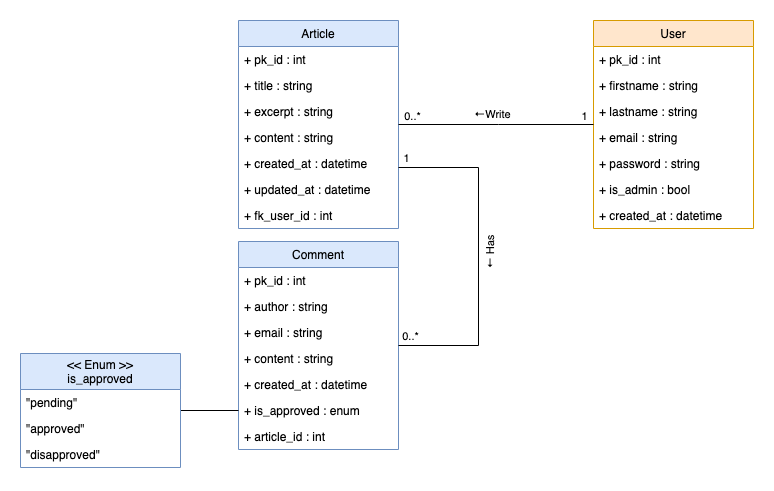
Before: diagrammes-uml/2-classes/diagramme_de_classes.png, a diagram exported from draw.io (teddylelong/openclassrooms-p5). Source tidied: cells renumbered, new cells last; positions are measured from the earlier drawing's top-left corner, leaving out a move shared by most shapes. Its diagram source:
```xml
<mxGraphModel>
  <root>
    <mxCell id="0" />
    <mxCell id="1" parent="0" />
    <mxCell id="2" value="Article" style="swimlane;fontStyle=0;horizontal=1;startSize=26;fillColor=#dae8fc;strokeColor=#6c8ebf;" parent="1" vertex="1">
      <mxGeometry x="218" width="160" height="208" as="geometry" />
    </mxCell>
    <mxCell id="3" value="+ pk_id : int" style="text;strokeColor=none;fillColor=none;align=left;verticalAlign=top;spacingLeft=4;spacingRight=4;overflow=hidden;" parent="2" vertex="1">
      <mxGeometry y="26" width="160" height="26" as="geometry" />
    </mxCell>
    <mxCell id="4" value="+ title : string" style="text;strokeColor=none;fillColor=none;align=left;verticalAlign=top;spacingLeft=4;spacingRight=4;overflow=hidden;" parent="2" vertex="1">
      <mxGeometry y="52" width="160" height="26" as="geometry" />
    </mxCell>
    <mxCell id="5" value="+ excerpt : string" style="text;strokeColor=none;fillColor=none;align=left;verticalAlign=top;spacingLeft=4;spacingRight=4;overflow=hidden;" parent="2" vertex="1">
      <mxGeometry y="78" width="160" height="26" as="geometry" />
    </mxCell>
    <mxCell id="6" value="+ content : string" style="text;strokeColor=none;fillColor=none;align=left;verticalAlign=top;spacingLeft=4;spacingRight=4;overflow=hidden;" parent="2" vertex="1">
      <mxGeometry y="104" width="160" height="26" as="geometry" />
    </mxCell>
    <mxCell id="7" value="+ created_at : datetime" style="text;strokeColor=none;fillColor=none;align=left;verticalAlign=top;spacingLeft=4;spacingRight=4;overflow=hidden;" parent="2" vertex="1">
      <mxGeometry y="130" width="160" height="26" as="geometry" />
    </mxCell>
    <mxCell id="8" value="+ updated_at : datetime" style="text;strokeColor=none;fillColor=none;align=left;verticalAlign=top;spacingLeft=4;spacingRight=4;overflow=hidden;" parent="2" vertex="1">
      <mxGeometry y="156" width="160" height="26" as="geometry" />
    </mxCell>
    <mxCell id="9" value="+ fk_user_id : int" style="text;strokeColor=none;fillColor=none;align=left;verticalAlign=top;spacingLeft=4;spacingRight=4;overflow=hidden;" parent="2" vertex="1">
      <mxGeometry y="182" width="160" height="26" as="geometry" />
    </mxCell>
    <mxCell id="10" value="Comment" style="swimlane;fontStyle=0;horizontal=1;startSize=26;fillColor=#dae8fc;strokeColor=#6c8ebf;" parent="1" vertex="1">
      <mxGeometry x="218" y="221" width="160" height="208" as="geometry" />
    </mxCell>
    <mxCell id="11" value="+ pk_id : int" style="text;strokeColor=none;fillColor=none;align=left;verticalAlign=top;spacingLeft=4;spacingRight=4;overflow=hidden;" parent="10" vertex="1">
      <mxGeometry y="26" width="160" height="26" as="geometry" />
    </mxCell>
    <mxCell id="12" value="+ author : string" style="text;strokeColor=none;fillColor=none;align=left;verticalAlign=top;spacingLeft=4;spacingRight=4;overflow=hidden;" parent="10" vertex="1">
      <mxGeometry y="52" width="160" height="26" as="geometry" />
    </mxCell>
    <mxCell id="13" value="+ email : string" style="text;strokeColor=none;fillColor=none;align=left;verticalAlign=top;spacingLeft=4;spacingRight=4;overflow=hidden;" parent="10" vertex="1">
      <mxGeometry y="78" width="160" height="26" as="geometry" />
    </mxCell>
    <mxCell id="14" value="+ content : string" style="text;strokeColor=none;fillColor=none;align=left;verticalAlign=top;spacingLeft=4;spacingRight=4;overflow=hidden;" parent="10" vertex="1">
      <mxGeometry y="104" width="160" height="26" as="geometry" />
    </mxCell>
    <mxCell id="15" value="+ created_at : datetime" style="text;strokeColor=none;fillColor=none;align=left;verticalAlign=top;spacingLeft=4;spacingRight=4;overflow=hidden;" parent="10" vertex="1">
      <mxGeometry y="130" width="160" height="26" as="geometry" />
    </mxCell>
    <mxCell id="16" value="+ is_approved : enum" style="text;strokeColor=none;fillColor=none;align=left;verticalAlign=top;spacingLeft=4;spacingRight=4;overflow=hidden;points=[[0,0.5],[1,0.5]];portConstraint=eastwest;" parent="10" vertex="1">
      <mxGeometry y="156" width="160" height="26" as="geometry" />
    </mxCell>
    <mxCell id="17" value="+ article_id : int" style="text;strokeColor=none;fillColor=none;align=left;verticalAlign=top;spacingLeft=4;spacingRight=4;overflow=hidden;" parent="10" vertex="1">
      <mxGeometry y="182" width="160" height="26" as="geometry" />
    </mxCell>
    <mxCell id="18" value="User" style="swimlane;fontStyle=0;horizontal=1;startSize=26;fillColor=#ffe6cc;strokeColor=#d79b00;" parent="1" vertex="1">
      <mxGeometry x="573" width="160" height="208" as="geometry" />
    </mxCell>
    <mxCell id="19" value="+ pk_id : int" style="text;strokeColor=none;fillColor=none;align=left;verticalAlign=top;spacingLeft=4;spacingRight=4;overflow=hidden;" parent="18" vertex="1">
      <mxGeometry y="26" width="160" height="26" as="geometry" />
    </mxCell>
    <mxCell id="20" value="+ firstname : string" style="text;strokeColor=none;fillColor=none;align=left;verticalAlign=top;spacingLeft=4;spacingRight=4;overflow=hidden;" parent="18" vertex="1">
      <mxGeometry y="52" width="160" height="26" as="geometry" />
    </mxCell>
    <mxCell id="21" value="+ lastname : string" style="text;strokeColor=none;fillColor=none;align=left;verticalAlign=top;spacingLeft=4;spacingRight=4;overflow=hidden;" parent="18" vertex="1">
      <mxGeometry y="78" width="160" height="26" as="geometry" />
    </mxCell>
    <mxCell id="22" value="+ email : string" style="text;strokeColor=none;fillColor=none;align=left;verticalAlign=top;spacingLeft=4;spacingRight=4;overflow=hidden;points=[[0,0.5],[1,0.5]];portConstraint=eastwest;" parent="18" vertex="1">
      <mxGeometry y="104" width="160" height="26" as="geometry" />
    </mxCell>
    <mxCell id="23" value="+ password : string" style="text;strokeColor=none;fillColor=none;align=left;verticalAlign=top;spacingLeft=4;spacingRight=4;overflow=hidden;" parent="18" vertex="1">
      <mxGeometry y="130" width="160" height="26" as="geometry" />
    </mxCell>
    <mxCell id="24" value="+ is_admin : bool" style="text;strokeColor=none;fillColor=none;align=left;verticalAlign=top;spacingLeft=4;spacingRight=4;overflow=hidden;" parent="18" vertex="1">
      <mxGeometry y="156" width="160" height="26" as="geometry" />
    </mxCell>
    <mxCell id="25" value="+ created_at : datetime" style="text;strokeColor=none;fillColor=none;align=left;verticalAlign=top;spacingLeft=4;spacingRight=4;overflow=hidden;" parent="18" vertex="1">
      <mxGeometry y="182" width="160" height="26" as="geometry" />
    </mxCell>
    <mxCell id="26" style="edgeStyle=orthogonalEdgeStyle;rounded=0;jettySize=auto;html=1;endArrow=none;endFill=0;" parent="1" edge="1" source="18" target="2">
      <mxGeometry relative="1" as="geometry">
        <Array as="points">
          <mxPoint x="478" y="104" />
          <mxPoint x="478" y="104" />
        </Array>
      </mxGeometry>
    </mxCell>
    <mxCell id="27" value="←Write" style="edgeLabel;html=1;align=center;verticalAlign=middle;" parent="26" vertex="1">
      <mxGeometry x="0.04" relative="1" as="geometry">
        <mxPoint y="-11" as="offset" />
      </mxGeometry>
    </mxCell>
    <mxCell id="28" value="1" style="edgeLabel;html=1;align=center;verticalAlign=middle;" parent="26" vertex="1">
      <mxGeometry x="-0.61" relative="1" as="geometry">
        <mxPoint x="28" y="-9" as="offset" />
      </mxGeometry>
    </mxCell>
    <mxCell id="29" value="0..*" style="edgeLabel;html=1;align=center;verticalAlign=middle;" parent="26" vertex="1">
      <mxGeometry x="0.62" y="1" relative="1" as="geometry">
        <mxPoint x="-24" y="-10" as="offset" />
      </mxGeometry>
    </mxCell>
    <mxCell id="30" style="edgeStyle=orthogonalEdgeStyle;rounded=0;jettySize=auto;html=1;endArrow=none;endFill=0;" parent="1" edge="1" source="2" target="10">
      <mxGeometry relative="1" as="geometry">
        <Array as="points">
          <mxPoint x="458" y="147" />
          <mxPoint x="458" y="325" />
        </Array>
      </mxGeometry>
    </mxCell>
    <mxCell id="31" value="← Has" style="edgeLabel;html=1;align=center;verticalAlign=middle;horizontal=0;" parent="30" vertex="1">
      <mxGeometry x="-0.54" y="3" relative="1" as="geometry">
        <mxPoint x="13" y="89" as="offset" />
      </mxGeometry>
    </mxCell>
    <mxCell id="32" value="0..*" style="edgeLabel;html=1;align=center;verticalAlign=middle;" parent="30" vertex="1">
      <mxGeometry x="0.67" y="1" relative="1" as="geometry">
        <mxPoint x="-45" y="-11" as="offset" />
      </mxGeometry>
    </mxCell>
    <mxCell id="33" value="1" style="edgeLabel;html=1;align=center;verticalAlign=middle;" parent="30" vertex="1">
      <mxGeometry x="-0.85" relative="1" as="geometry">
        <mxPoint x="-18" y="-10" as="offset" />
      </mxGeometry>
    </mxCell>
    <mxCell id="34" style="edgeStyle=orthogonalEdgeStyle;rounded=0;jettySize=auto;html=1;fontSize=11;endArrow=none;endFill=0;" parent="1" edge="1" source="35" target="16">
      <mxGeometry relative="1" as="geometry">
        <Array as="points">
          <mxPoint x="159" y="390" />
          <mxPoint x="159" y="390" />
        </Array>
      </mxGeometry>
    </mxCell>
    <mxCell id="35" value="&lt;&lt; Enum &gt;&gt;&#10;is_approved" style="swimlane;fontStyle=0;horizontal=1;startSize=36;fillColor=#dae8fc;strokeColor=#6c8ebf;fontSize=12;" parent="1" vertex="1">
      <mxGeometry y="333" width="160" height="114" as="geometry" />
    </mxCell>
    <mxCell id="36" value="&quot;pending&quot;" style="text;strokeColor=none;fillColor=none;align=left;verticalAlign=top;spacingLeft=4;spacingRight=4;overflow=hidden;" parent="35" vertex="1">
      <mxGeometry y="36" width="160" height="26" as="geometry" />
    </mxCell>
    <mxCell id="37" value="&quot;approved&quot;" style="text;strokeColor=none;fillColor=none;align=left;verticalAlign=top;spacingLeft=4;spacingRight=4;overflow=hidden;" parent="35" vertex="1">
      <mxGeometry y="62" width="160" height="26" as="geometry" />
    </mxCell>
    <mxCell id="38" value="&quot;disapproved&quot;" style="text;strokeColor=none;fillColor=none;align=left;verticalAlign=top;spacingLeft=4;spacingRight=4;overflow=hidden;" parent="35" vertex="1">
      <mxGeometry y="88" width="160" height="26" as="geometry" />
    </mxCell>
  </root>
</mxGraphModel>
```
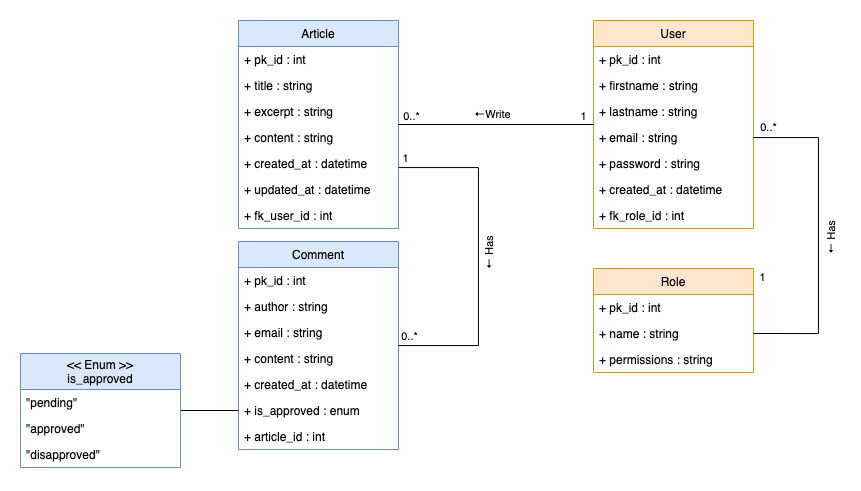
The same file after the commit.

What changed in the source:
```diff
@@ -68,10 +68,10 @@
     <mxCell id="23" value="+ password : string" style="text;strokeColor=none;fillColor=none;align=left;verticalAlign=top;spacingLeft=4;spacingRight=4;overflow=hidden;" parent="18" vertex="1">
       <mxGeometry y="130" width="160" height="26" as="geometry" />
     </mxCell>
-    <mxCell id="24" value="+ is_admin : bool" style="text;strokeColor=none;fillColor=none;align=left;verticalAlign=top;spacingLeft=4;spacingRight=4;overflow=hidden;" parent="18" vertex="1">
-      <mxGeometry y="156" width="160" height="26" as="geometry" />
-    </mxCell>
+    <mxCell id="39" value="+ created_at : datetime" style="text;strokeColor=none;fillColor=none;align=left;verticalAlign=top;spacingLeft=4;spacingRight=4;overflow=hidden;" parent="18" vertex="1">
+      <mxGeometry y="156" width="160" height="26" as="geometry" />
+    </mxCell>
-    <mxCell id="25" value="+ created_at : datetime" style="text;strokeColor=none;fillColor=none;align=left;verticalAlign=top;spacingLeft=4;spacingRight=4;overflow=hidden;" parent="18" vertex="1">
+    <mxCell id="25" value="+ fk_role_id : int" style="text;strokeColor=none;fillColor=none;align=left;verticalAlign=top;spacingLeft=4;spacingRight=4;overflow=hidden;" parent="18" vertex="1">
       <mxGeometry y="182" width="160" height="26" as="geometry" />
     </mxCell>
     <mxCell id="26" style="edgeStyle=orthogonalEdgeStyle;rounded=0;jettySize=auto;html=1;endArrow=none;endFill=0;" parent="1" edge="1" source="18" target="2">
@@ -140,5 +140,34 @@
     <mxCell id="38" value="&quot;disapproved&quot;" style="text;strokeColor=none;fillColor=none;align=left;verticalAlign=top;spacingLeft=4;spacingRight=4;overflow=hidden;" parent="35" vertex="1">
       <mxGeometry y="88" width="160" height="26" as="geometry" />
     </mxCell>
+    <mxCell id="40" value="Role" style="swimlane;fontStyle=0;horizontal=1;startSize=26;fillColor=#ffe6cc;strokeColor=#d79b00;" parent="1" vertex="1">
+      <mxGeometry x="573" y="248" width="160" height="104" as="geometry" />
+    </mxCell>
+    <mxCell id="41" value="+ pk_id : int" style="text;strokeColor=none;fillColor=none;align=left;verticalAlign=top;spacingLeft=4;spacingRight=4;overflow=hidden;" parent="40" vertex="1">
+      <mxGeometry y="26" width="160" height="26" as="geometry" />
+    </mxCell>
+    <mxCell id="42" value="+ name : string" style="text;strokeColor=none;fillColor=none;align=left;verticalAlign=top;spacingLeft=4;spacingRight=4;overflow=hidden;points=[[0,0.5],[1,0.5]];portConstraint=eastwest;" parent="40" vertex="1">
+      <mxGeometry y="52" width="160" height="26" as="geometry" />
+    </mxCell>
+    <mxCell id="43" value="+ permissions : string" style="text;strokeColor=none;fillColor=none;align=left;verticalAlign=top;spacingLeft=4;spacingRight=4;overflow=hidden;" parent="40" vertex="1">
+      <mxGeometry y="78" width="160" height="26" as="geometry" />
+    </mxCell>
+    <mxCell id="44" style="edgeStyle=orthogonalEdgeStyle;rounded=0;jettySize=auto;html=1;entryX=1;entryY=0.5;entryDx=0;entryDy=0;endArrow=none;endFill=0;" parent="1" edge="1" source="22" target="42">
+      <mxGeometry relative="1" as="geometry">
+        <Array as="points">
+          <mxPoint x="798" y="117" />
+          <mxPoint x="798" y="313" />
+        </Array>
+      </mxGeometry>
+    </mxCell>
+    <mxCell id="45" value="&lt;font style=&quot;font-size: 11px&quot;&gt;← Has&lt;/font&gt;" style="text;html=1;align=center;verticalAlign=middle;strokeColor=none;fillColor=none;rotation=-90;" parent="1" vertex="1">
+      <mxGeometry x="788" y="208" width="44" height="19" as="geometry" />
+    </mxCell>
+    <mxCell id="46" value="1" style="text;html=1;align=center;verticalAlign=middle;strokeColor=none;fillColor=none;fontSize=11;" parent="1" vertex="1">
+      <mxGeometry x="734" y="248" width="16" height="17" as="geometry" />
+    </mxCell>
+    <mxCell id="47" value="0..*" style="text;html=1;align=center;verticalAlign=middle;strokeColor=none;fillColor=none;fontSize=11;" parent="1" vertex="1">
+      <mxGeometry x="734" y="98" width="27" height="17" as="geometry" />
+    </mxCell>
   </root>
 </mxGraphModel>
```
